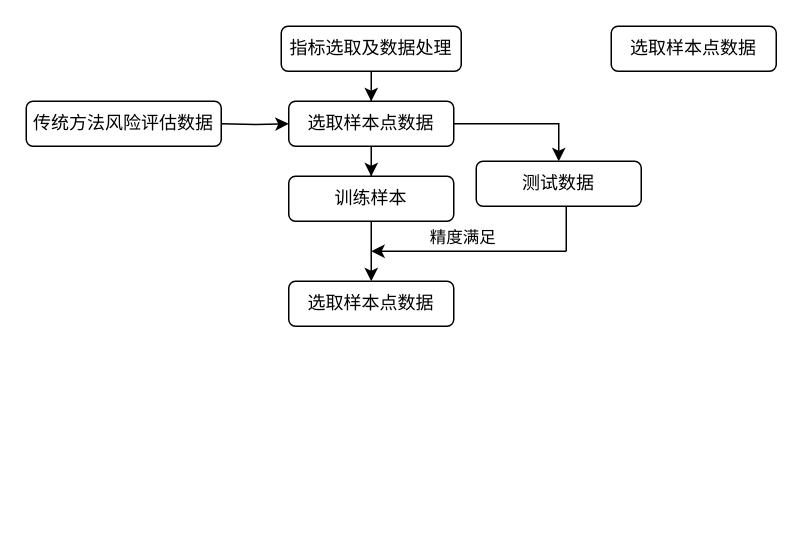
Before: 论文技术流程图.drawio in hy47/studyFiles, a draw.io diagram. Source tidied: cells renumbered, new cells numbered last; positions are measured from the earlier drawing's top-left corner, leaving out a move shared by most shapes. Both pictures are drawn from the tidied source at 150%, with x=0, y=0 at pixel (26, 26).
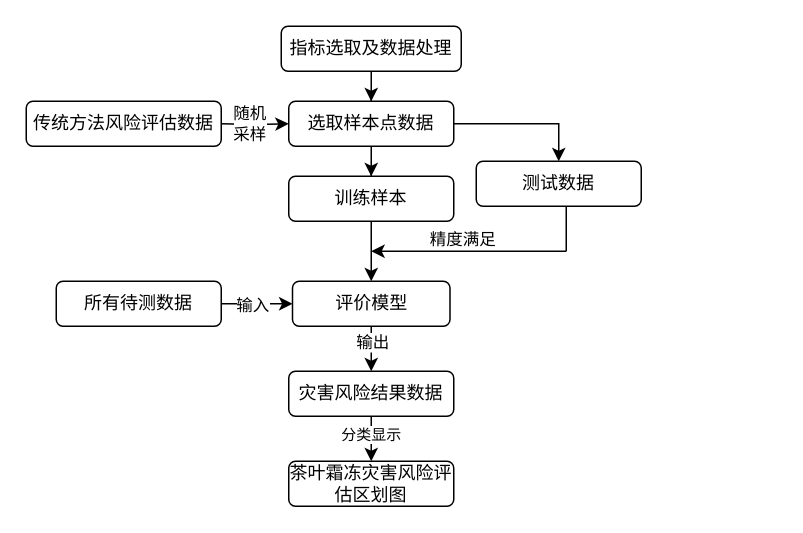
After the change.

Commit message (it also covers changes not shown here):
Update 论文技术流程图.drawio

The change refers to these unchanged cells:
```xml
<mxCell id="7" style="edgeStyle=orthogonalEdgeStyle;rounded=0;jettySize=auto;html=1;" parent="1" edge="1" target="6">
  <mxGeometry relative="1" as="geometry">
    <mxPoint x="130" y="65" as="sourcePoint" />
  </mxGeometry>
</mxCell>
<mxCell id="14" style="endArrow=classic;html=1;rounded=0;" parent="1" edge="1">
  <mxGeometry relative="1" as="geometry">
    <mxPoint x="360" y="150" as="sourcePoint" />
    <mxPoint x="230" y="150" as="targetPoint" />
  </mxGeometry>
</mxCell>
```

What changed in the source:
```diff
@@
-    <mxCell id="8" value="选取样本点数据" style="rounded=1;whiteSpace=wrap;html=1;" parent="1" vertex="1">
-      <mxGeometry x="390" width="110" height="30" as="geometry" />
-    </mxCell>
+    <mxCell id="17" value="随机&lt;br&gt;采样" style="edgeLabel;html=1;align=center;verticalAlign=middle;fontSize=11;" parent="7" vertex="1">
+      <mxGeometry x="-0.23" y="1" relative="1" as="geometry" />
+    </mxCell>
+    <mxCell id="18" style="edgeStyle=orthogonalEdgeStyle;rounded=0;jettySize=auto;html=1;fontSize=13;" parent="1" edge="1" source="9" target="21">
+      <mxGeometry relative="1" as="geometry" />
+    </mxCell>
+    <mxCell id="19" value="&lt;font style=&quot;font-size: 11px&quot;&gt;输出&lt;/font&gt;" style="edgeLabel;html=1;align=center;verticalAlign=middle;fontSize=10;" parent="18" vertex="1">
+      <mxGeometry x="0.56" relative="1" as="geometry">
+        <mxPoint y="-9" as="offset" />
+      </mxGeometry>
+    </mxCell>
-    <mxCell id="9" value="选取样本点数据" style="rounded=1;whiteSpace=wrap;html=1;" parent="1" vertex="1">
-      <mxGeometry x="175" y="170" width="110" height="30" as="geometry" />
+    <mxCell id="9" value="评价模型" style="rounded=1;whiteSpace=wrap;html=1;" parent="1" vertex="1">
+      <mxGeometry x="177.5" y="170" width="105" height="30" as="geometry" />
     </mxCell>
@@
-    <mxCell id="15" value="精度满足" style="edgeLabel;html=1;align=center;verticalAlign=middle;" parent="14" vertex="1">
+    <mxCell id="15" value="&lt;font style=&quot;font-size: 11px&quot;&gt;精度满足&lt;/font&gt;" style="edgeLabel;html=1;align=center;verticalAlign=middle;fontSize=13;" parent="14" vertex="1">
       <mxGeometry x="0.15" relative="1" as="geometry">
         <mxPoint x="5" y="-10" as="offset" />
       </mxGeometry>
     </mxCell>
@@
+    <mxCell id="20" value="茶叶霜冻灾害风险评估区划图" style="rounded=1;whiteSpace=wrap;html=1;" parent="1" vertex="1">
+      <mxGeometry x="175" y="290" width="110" height="30" as="geometry" />
+    </mxCell>
+    <mxCell id="21" value="灾害风险结果数据" style="rounded=1;whiteSpace=wrap;html=1;" parent="1" vertex="1">
+      <mxGeometry x="175" y="230" width="110" height="30" as="geometry" />
+    </mxCell>
+    <mxCell id="22" value="所有待测数据" style="rounded=1;whiteSpace=wrap;html=1;" parent="1" vertex="1">
+      <mxGeometry x="20" y="170" width="110" height="30" as="geometry" />
+    </mxCell>
+    <mxCell id="23" style="endArrow=classic;html=1;rounded=0;fontSize=10;exitX=1;exitY=0.5;exitDx=0;exitDy=0;entryX=0;entryY=0.5;entryDx=0;entryDy=0;" parent="1" edge="1" source="22" target="9">
+      <mxGeometry relative="1" as="geometry" />
+    </mxCell>
+    <mxCell id="24" value="&lt;font style=&quot;font-size: 11px&quot;&gt;输入&lt;/font&gt;" style="edgeLabel;html=1;align=center;verticalAlign=middle;fontSize=10;" parent="23" vertex="1">
+      <mxGeometry x="0.24" y="-1" relative="1" as="geometry">
+        <mxPoint x="-9" y="-1" as="offset" />
+      </mxGeometry>
+    </mxCell>
+    <mxCell id="25" style="endArrow=classic;html=1;rounded=0;fontSize=10;exitX=0.5;exitY=1;exitDx=0;exitDy=0;entryX=0.5;entryY=0;entryDx=0;entryDy=0;" parent="1" edge="1" source="21" target="20">
+      <mxGeometry relative="1" as="geometry" />
+    </mxCell>
+    <mxCell id="26" value="分类显示" style="edgeLabel;html=1;align=center;verticalAlign=middle;fontSize=10;" parent="25" vertex="1">
+      <mxGeometry x="-0.29" y="-1" relative="1" as="geometry" />
+    </mxCell>
```
